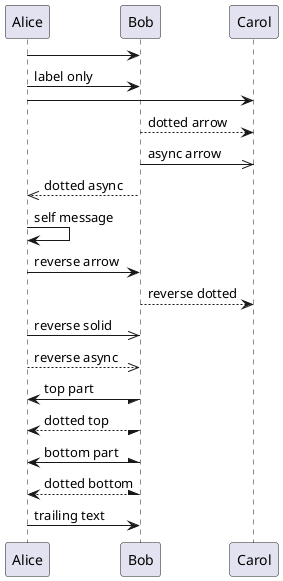
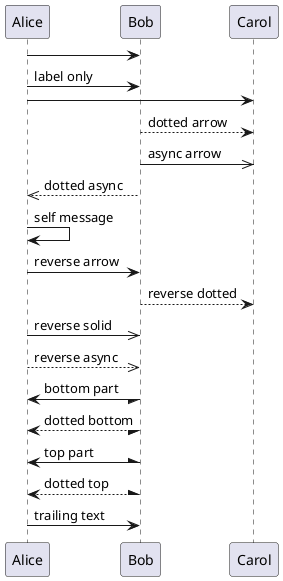
@startuml
Alice -> Bob
Alice -> Bob : label only
Alice -> Carol
Bob --> Carol : dotted arrow
Bob ->> Carol : async arrow
Bob -->> Alice : dotted async
Alice -> Alice : self message
Bob <- Alice : reverse arrow
Carol <-- Bob : reverse dotted
Bob <<- Alice : reverse solid
Bob <<-- Alice : reverse async
- Alice \-> Bob : top part
- Alice \--> Bob : dotted top
- Alice /-> Bob : bottom part
- Alice /--> Bob : dotted bottom
+ Alice \-> Bob : bottom part
+ Alice \--> Bob : dotted bottom
+ Alice /-> Bob : top part
+ Alice /--> Bob : dotted top
Alice -> Bob : trailing text
@enduml
